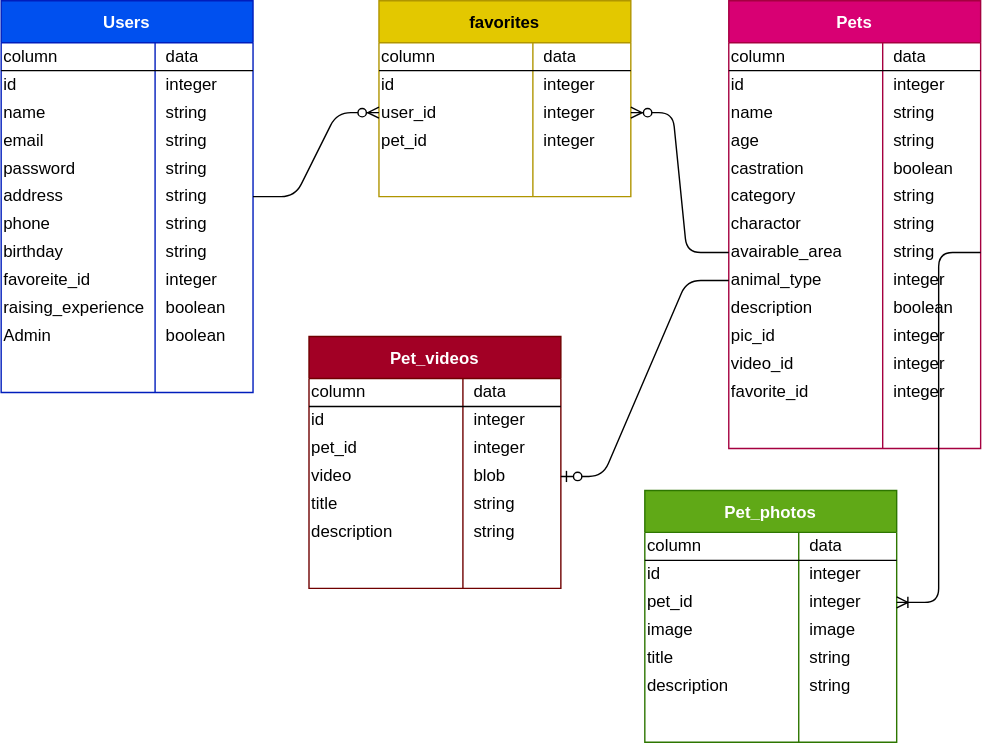
This is rubyemon.drawio.svg from yosnak13/rubyemon_entity_relationship_diagram, a draw.io export, as it was before one commit. Source tidied: cells renumbered, new cells last; positions are measured from the earlier drawing's top-left corner, leaving out a move shared by most shapes.
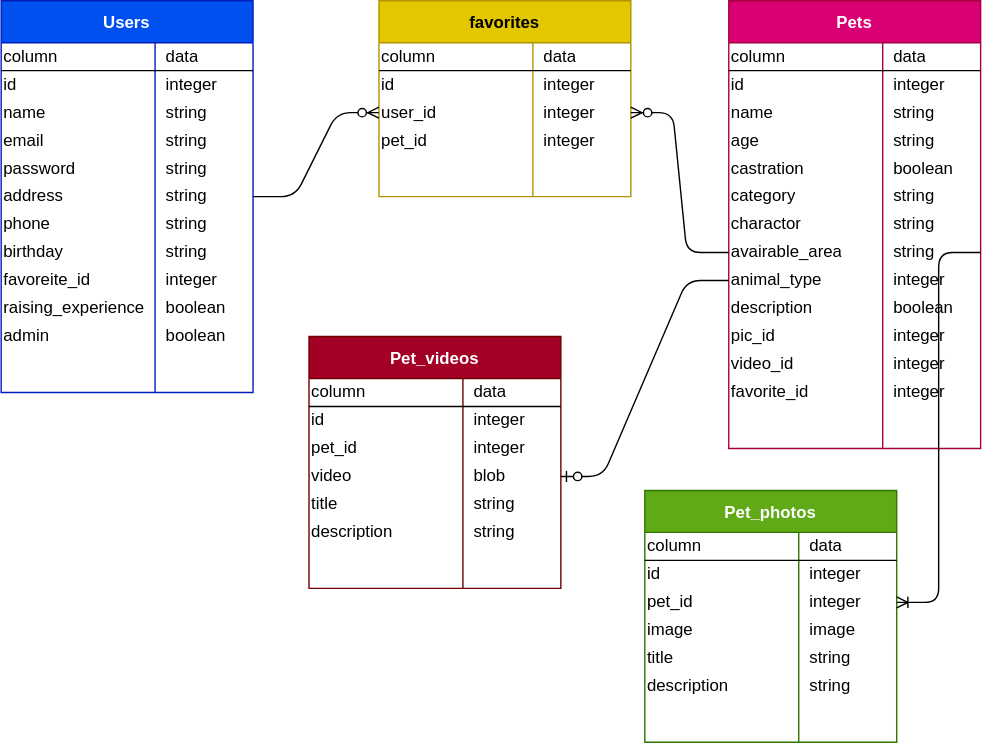
Above is the later version.

Commit message:
3つ作成、マークダウン記法と表示確認

What changed in the source:
```diff
@@ -98,7 +98,7 @@
     <mxCell id="33" style="shape=partialRectangle;html=1;whiteSpace=wrap;fillColor=none;top=0;left=0;bottom=0;right=0;" parent="2" vertex="1">
       <mxGeometry y="230" width="180" height="20" as="geometry" />
     </mxCell>
-    <mxCell id="34" value="Admin" style="shape=partialRectangle;html=1;whiteSpace=wrap;fillColor=none;top=0;left=0;bottom=0;right=0;overflow=hidden;align=left;" parent="33" vertex="1">
+    <mxCell id="34" value="admin" style="shape=partialRectangle;html=1;whiteSpace=wrap;fillColor=none;top=0;left=0;bottom=0;right=0;overflow=hidden;align=left;" parent="33" vertex="1">
       <mxGeometry width="110" height="20" as="geometry" />
     </mxCell>
     <mxCell id="35" value="boolean" style="shape=partialRectangle;html=1;whiteSpace=wrap;fillColor=none;top=0;left=0;bottom=0;right=0;align=left;spacingLeft=6;overflow=hidden;" parent="33" vertex="1">
```
